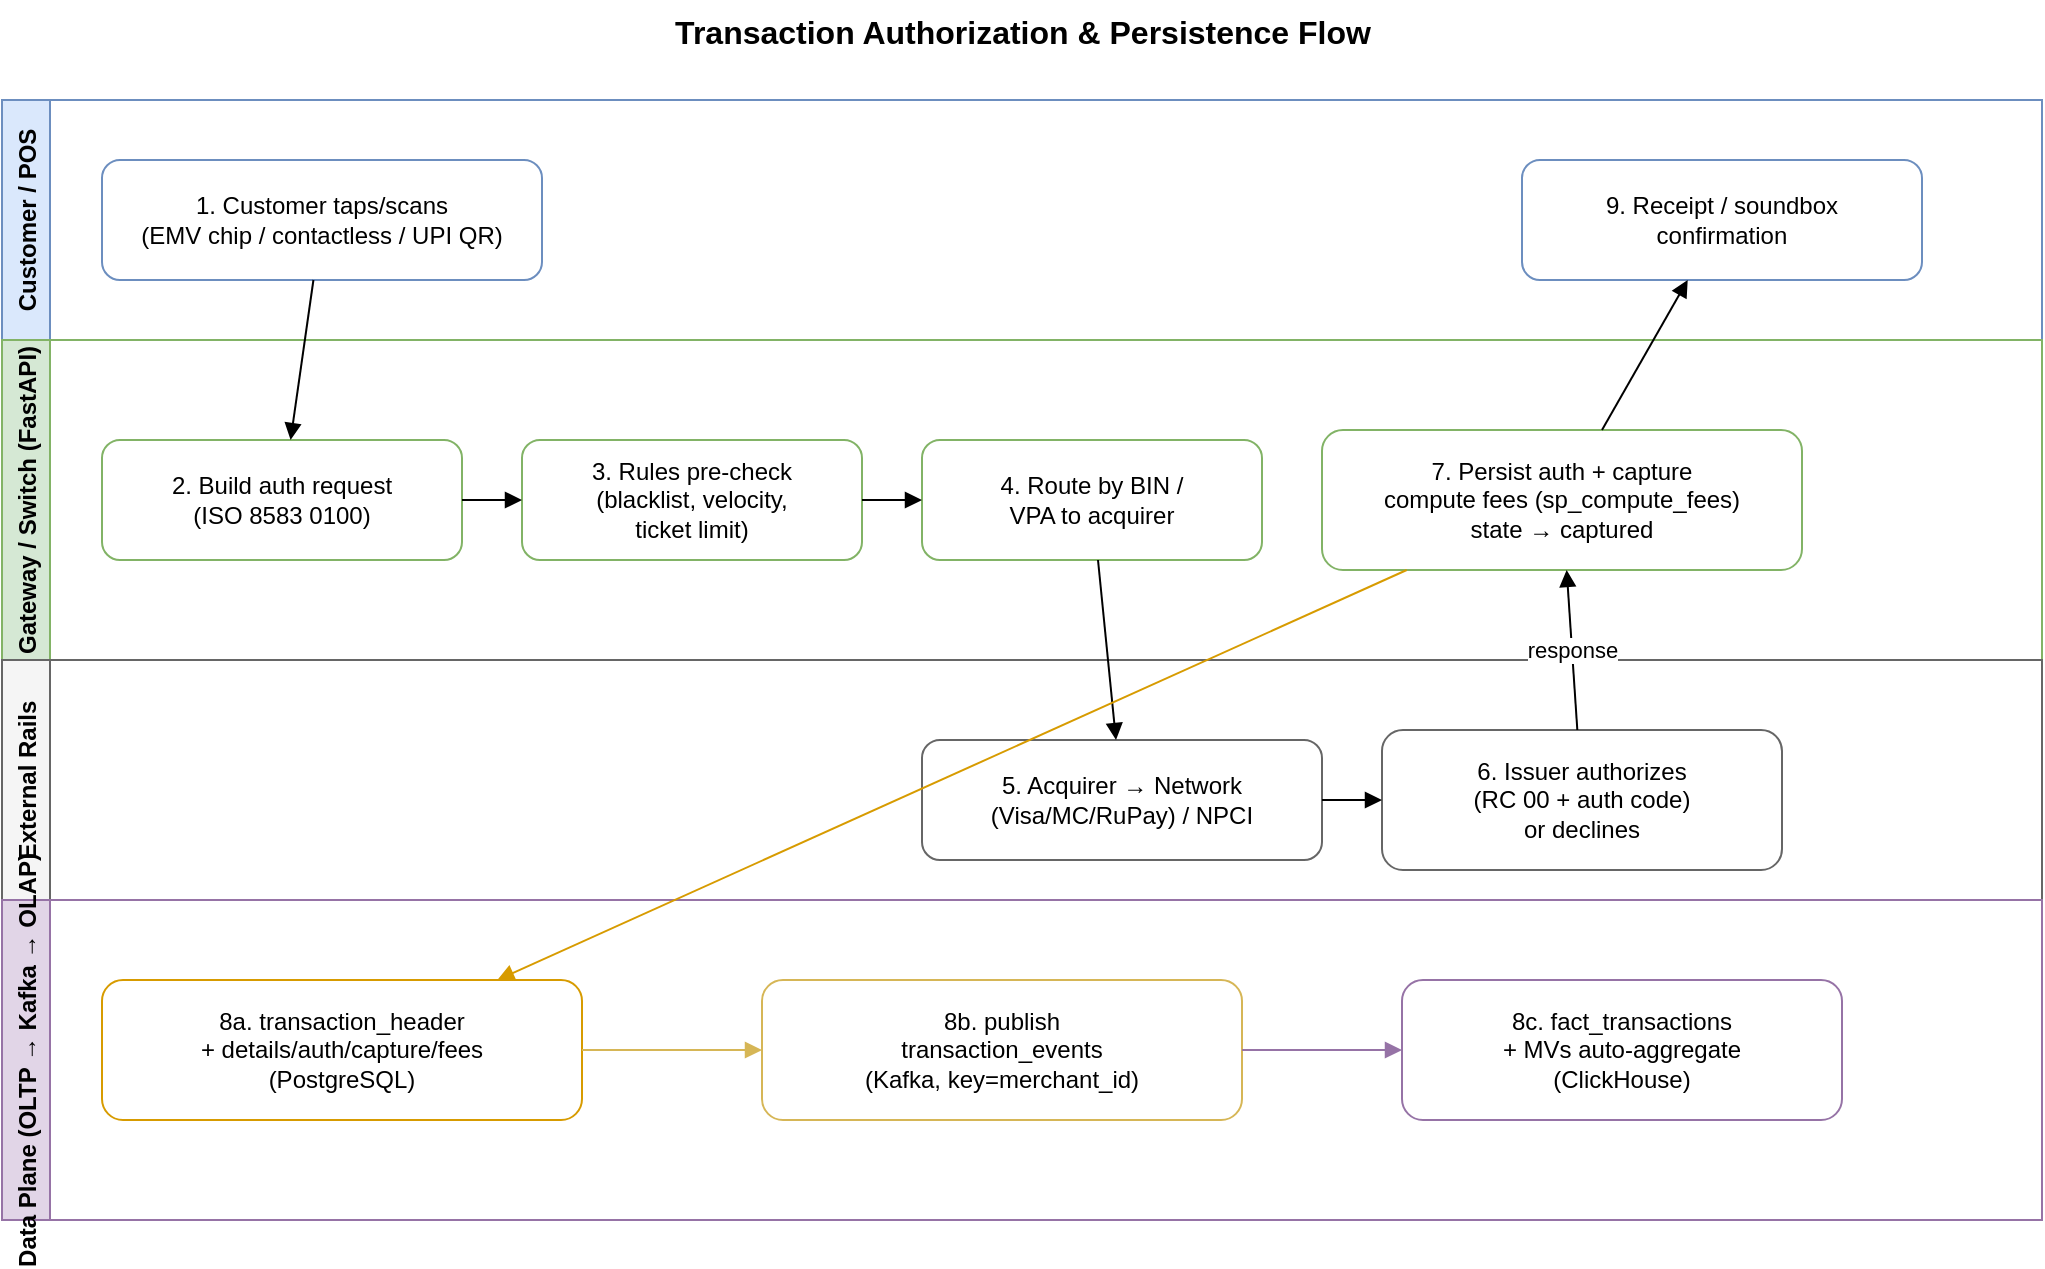
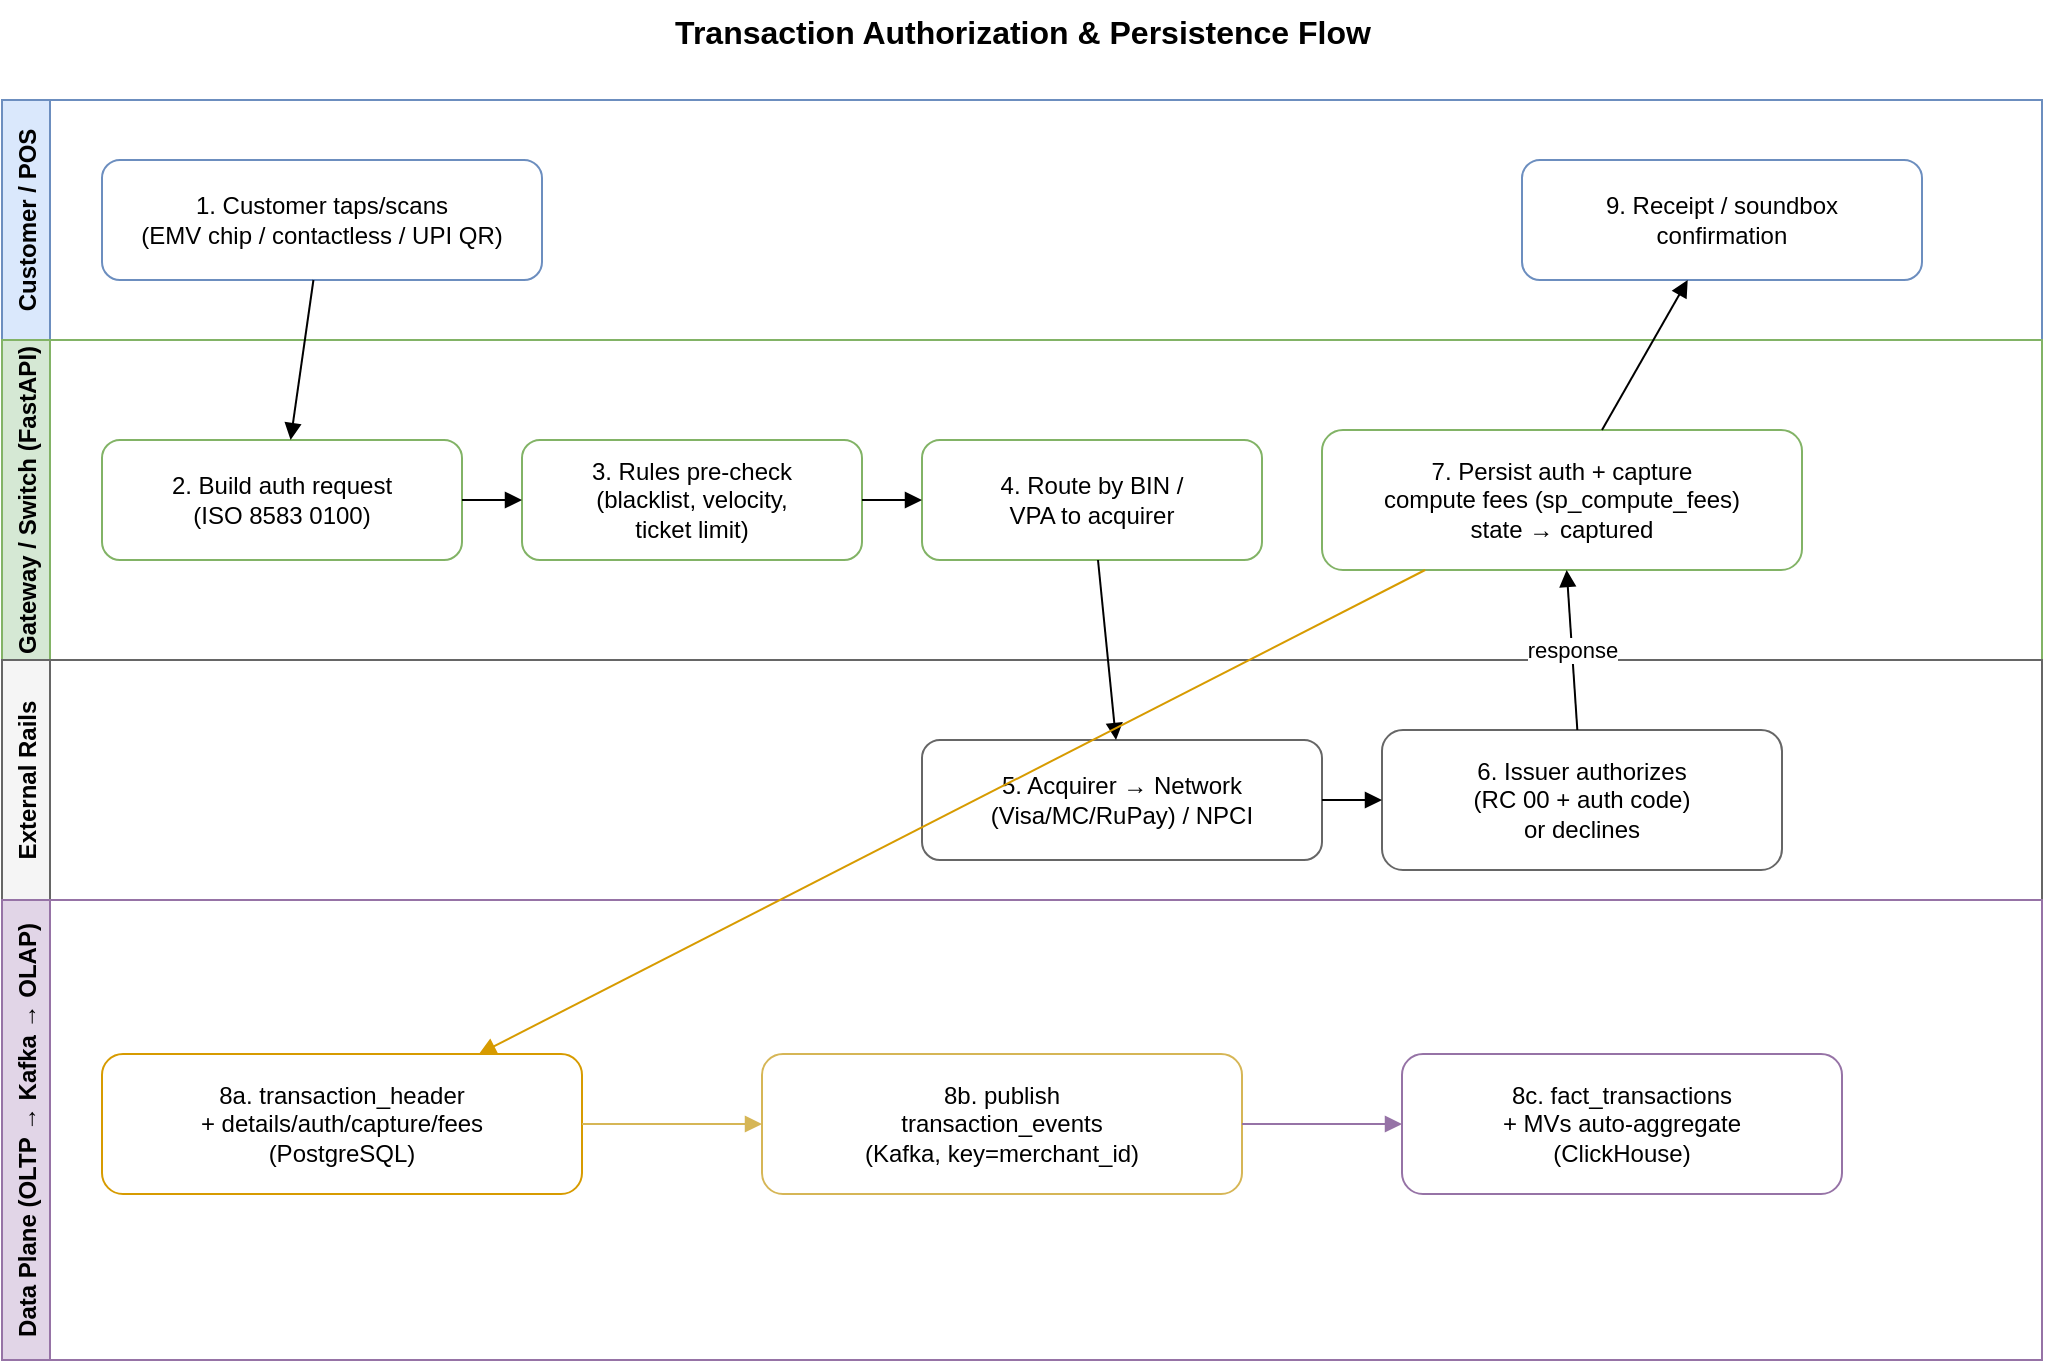
- <mxfile host="app.diagrams.net" agent="payment-platform" version="24.0.0">
-   <diagram name="Payment Flow" id="payment-flow">
-     <mxGraphModel dx="1100" dy="820" grid="1" gridSize="10" guides="1" tooltips="1" connect="1" arrows="1" fold="1" page="1" pageScale="1" pageWidth="1100" pageHeight="900" math="0" shadow="0">
-       <root>
-         <mxCell id="0" />
-         <mxCell id="1" parent="0" />
- 
-         <mxCell id="title" value="Transaction Authorization &amp; Persistence Flow" style="text;html=1;fontSize=16;fontStyle=1;align=center;" vertex="1" parent="1">
-           <mxGeometry x="300" y="20" width="500" height="30" as="geometry" />
-         </mxCell>
- 
-         <!-- swimlanes -->
-         <mxCell id="lane1" value="Customer / POS" style="swimlane;horizontal=0;fillColor=#dae8fc;strokeColor=#6c8ebf;startSize=24;" vertex="1" parent="1">
-           <mxGeometry x="40" y="70" width="1020" height="120" as="geometry" />
-         </mxCell>
-         <mxCell id="lane2" value="Gateway / Switch (FastAPI)" style="swimlane;horizontal=0;fillColor=#d5e8d4;strokeColor=#82b366;startSize=24;" vertex="1" parent="1">
-           <mxGeometry x="40" y="190" width="1020" height="160" as="geometry" />
-         </mxCell>
-         <mxCell id="lane3" value="External Rails" style="swimlane;horizontal=0;fillColor=#f5f5f5;strokeColor=#666666;startSize=24;" vertex="1" parent="1">
-           <mxGeometry x="40" y="350" width="1020" height="120" as="geometry" />
-         </mxCell>
-         <mxCell id="lane4" value="Data Plane (OLTP &#8594; Kafka &#8594; OLAP)" style="swimlane;horizontal=0;fillColor=#e1d5e7;strokeColor=#9673a6;startSize=24;" vertex="1" parent="1">
-           <mxGeometry x="40" y="470" width="1020" height="160" as="geometry" />
-         </mxCell>
- 
-         <!-- lane1 nodes -->
-         <mxCell id="tap" value="1. Customer taps/scans&#10;(EMV chip / contactless / UPI QR)" style="rounded=1;whiteSpace=wrap;html=1;fillColor=#fff;strokeColor=#6c8ebf;" vertex="1" parent="1">
-           <mxGeometry x="90" y="100" width="220" height="60" as="geometry" />
-         </mxCell>
-         <mxCell id="receipt" value="9. Receipt / soundbox&#10;confirmation" style="rounded=1;whiteSpace=wrap;html=1;fillColor=#fff;strokeColor=#6c8ebf;" vertex="1" parent="1">
-           <mxGeometry x="800" y="100" width="200" height="60" as="geometry" />
-         </mxCell>
- 
-         <!-- lane2 nodes -->
-         <mxCell id="req" value="2. Build auth request&#10;(ISO 8583 0100)" style="rounded=1;whiteSpace=wrap;html=1;fillColor=#fff;strokeColor=#82b366;" vertex="1" parent="1">
-           <mxGeometry x="90" y="240" width="180" height="60" as="geometry" />
-         </mxCell>
-         <mxCell id="risk" value="3. Rules pre-check&#10;(blacklist, velocity,&#10;ticket limit)" style="rounded=1;whiteSpace=wrap;html=1;fillColor=#fff;strokeColor=#82b366;" vertex="1" parent="1">
-           <mxGeometry x="300" y="240" width="170" height="60" as="geometry" />
-         </mxCell>
-         <mxCell id="route" value="4. Route by BIN /&#10;VPA to acquirer" style="rounded=1;whiteSpace=wrap;html=1;fillColor=#fff;strokeColor=#82b366;" vertex="1" parent="1">
-           <mxGeometry x="500" y="240" width="170" height="60" as="geometry" />
-         </mxCell>
-         <mxCell id="persist" value="7. Persist auth + capture&#10;compute fees (sp_compute_fees)&#10;state &#8594; captured" style="rounded=1;whiteSpace=wrap;html=1;fillColor=#fff;strokeColor=#82b366;" vertex="1" parent="1">
-           <mxGeometry x="700" y="235" width="240" height="70" as="geometry" />
-         </mxCell>
- 
-         <!-- lane3 nodes -->
-         <mxCell id="acq" value="5. Acquirer &#8594; Network&#10;(Visa/MC/RuPay) / NPCI" style="rounded=1;whiteSpace=wrap;html=1;fillColor=#fff;strokeColor=#666;" vertex="1" parent="1">
-           <mxGeometry x="500" y="390" width="200" height="60" as="geometry" />
-         </mxCell>
-         <mxCell id="iss" value="6. Issuer authorizes&#10;(RC 00 + auth code)&#10;or declines" style="rounded=1;whiteSpace=wrap;html=1;fillColor=#fff;strokeColor=#666;" vertex="1" parent="1">
-           <mxGeometry x="730" y="385" width="200" height="70" as="geometry" />
-         </mxCell>
- 
-         <!-- lane4 nodes -->
-         <mxCell id="pg" value="8a. transaction_header&#10;+ details/auth/capture/fees&#10;(PostgreSQL)" style="rounded=1;whiteSpace=wrap;html=1;fillColor=#fff;strokeColor=#d79b00;" vertex="1" parent="1">
-           <mxGeometry x="90" y="510" width="240" height="70" as="geometry" />
-         </mxCell>
-         <mxCell id="kafka" value="8b. publish&#10;transaction_events&#10;(Kafka, key=merchant_id)" style="rounded=1;whiteSpace=wrap;html=1;fillColor=#fff;strokeColor=#d6b656;" vertex="1" parent="1">
-           <mxGeometry x="420" y="510" width="240" height="70" as="geometry" />
-         </mxCell>
-         <mxCell id="ch" value="8c. fact_transactions&#10;+ MVs auto-aggregate&#10;(ClickHouse)" style="rounded=1;whiteSpace=wrap;html=1;fillColor=#fff;strokeColor=#9673a6;" vertex="1" parent="1">
-           <mxGeometry x="740" y="510" width="220" height="70" as="geometry" />
-         </mxCell>
- 
-         <!-- edges -->
-         <mxCell id="p1" style="endArrow=block;html=1;" edge="1" parent="1" source="tap" target="req"><mxGeometry relative="1" as="geometry" /></mxCell>
-         <mxCell id="p2" style="endArrow=block;html=1;" edge="1" parent="1" source="req" target="risk"><mxGeometry relative="1" as="geometry" /></mxCell>
-         <mxCell id="p3" style="endArrow=block;html=1;" edge="1" parent="1" source="risk" target="route"><mxGeometry relative="1" as="geometry" /></mxCell>
-         <mxCell id="p4" style="endArrow=block;html=1;" edge="1" parent="1" source="route" target="acq"><mxGeometry relative="1" as="geometry" /></mxCell>
-         <mxCell id="p5" style="endArrow=block;html=1;" edge="1" parent="1" source="acq" target="iss"><mxGeometry relative="1" as="geometry" /></mxCell>
-         <mxCell id="p6" value="response" style="endArrow=block;html=1;" edge="1" parent="1" source="iss" target="persist"><mxGeometry relative="1" as="geometry" /></mxCell>
-         <mxCell id="p7" style="endArrow=block;html=1;" edge="1" parent="1" source="persist" target="receipt"><mxGeometry relative="1" as="geometry" /></mxCell>
-         <mxCell id="p8" style="endArrow=block;html=1;strokeColor=#d79b00;" edge="1" parent="1" source="persist" target="pg"><mxGeometry relative="1" as="geometry" /></mxCell>
-         <mxCell id="p9" style="endArrow=block;html=1;strokeColor=#d6b656;" edge="1" parent="1" source="pg" target="kafka"><mxGeometry relative="1" as="geometry" /></mxCell>
-         <mxCell id="p10" style="endArrow=block;html=1;strokeColor=#9673a6;" edge="1" parent="1" source="kafka" target="ch"><mxGeometry relative="1" as="geometry" /></mxCell>
-       </root>
-     </mxGraphModel>
-   </diagram>
- </mxfile>
+ <mxfile host="65bd71144e">
+     <diagram name="Payment Flow" id="payment-flow">
+         <mxGraphModel dx="1206" dy="877" grid="1" gridSize="10" guides="1" tooltips="1" connect="1" arrows="1" fold="1" page="1" pageScale="1" pageWidth="1100" pageHeight="900" math="0" shadow="0">
+             <root>
+                 <mxCell id="0"/>
+                 <mxCell id="1" parent="0"/>
+                 <mxCell id="title" value="Transaction Authorization &amp; Persistence Flow" style="text;html=1;fontSize=16;fontStyle=1;align=center;" parent="1" vertex="1">
+                     <mxGeometry x="300" y="20" width="500" height="30" as="geometry"/>
+                 </mxCell>
+                 <mxCell id="lane1" value="Customer / POS" style="swimlane;horizontal=0;fillColor=#dae8fc;strokeColor=#6c8ebf;startSize=24;" parent="1" vertex="1">
+                     <mxGeometry x="40" y="70" width="1020" height="120" as="geometry"/>
+                 </mxCell>
+                 <mxCell id="lane2" value="Gateway / Switch (FastAPI)" style="swimlane;horizontal=0;fillColor=#d5e8d4;strokeColor=#82b366;startSize=24;" parent="1" vertex="1">
+                     <mxGeometry x="40" y="190" width="1020" height="160" as="geometry"/>
+                 </mxCell>
+                 <mxCell id="lane3" value="External Rails" style="swimlane;horizontal=0;fillColor=#f5f5f5;strokeColor=#666666;startSize=24;" parent="1" vertex="1">
+                     <mxGeometry x="40" y="350" width="1020" height="120" as="geometry"/>
+                 </mxCell>
+                 <mxCell id="lane4" value="Data Plane (OLTP → Kafka → OLAP)" style="swimlane;horizontal=0;fillColor=#e1d5e7;strokeColor=#9673a6;startSize=24;" parent="1" vertex="1">
+                     <mxGeometry x="40" y="470" width="1020" height="230" as="geometry"/>
+                 </mxCell>
+                 <mxCell id="tap" value="1. Customer taps/scans&#xa;(EMV chip / contactless / UPI QR)" style="rounded=1;whiteSpace=wrap;html=1;fillColor=#fff;strokeColor=#6c8ebf;" parent="1" vertex="1">
+                     <mxGeometry x="90" y="100" width="220" height="60" as="geometry"/>
+                 </mxCell>
+                 <mxCell id="receipt" value="9. Receipt / soundbox&#xa;confirmation" style="rounded=1;whiteSpace=wrap;html=1;fillColor=#fff;strokeColor=#6c8ebf;" parent="1" vertex="1">
+                     <mxGeometry x="800" y="100" width="200" height="60" as="geometry"/>
+                 </mxCell>
+                 <mxCell id="req" value="2. Build auth request&#xa;(ISO 8583 0100)" style="rounded=1;whiteSpace=wrap;html=1;fillColor=#fff;strokeColor=#82b366;" parent="1" vertex="1">
+                     <mxGeometry x="90" y="240" width="180" height="60" as="geometry"/>
+                 </mxCell>
+                 <mxCell id="risk" value="3. Rules pre-check&#xa;(blacklist, velocity,&#xa;ticket limit)" style="rounded=1;whiteSpace=wrap;html=1;fillColor=#fff;strokeColor=#82b366;" parent="1" vertex="1">
+                     <mxGeometry x="300" y="240" width="170" height="60" as="geometry"/>
+                 </mxCell>
+                 <mxCell id="route" value="4. Route by BIN /&#xa;VPA to acquirer" style="rounded=1;whiteSpace=wrap;html=1;fillColor=#fff;strokeColor=#82b366;" parent="1" vertex="1">
+                     <mxGeometry x="500" y="240" width="170" height="60" as="geometry"/>
+                 </mxCell>
+                 <mxCell id="persist" value="7. Persist auth + capture&#xa;compute fees (sp_compute_fees)&#xa;state → captured" style="rounded=1;whiteSpace=wrap;html=1;fillColor=#fff;strokeColor=#82b366;" parent="1" vertex="1">
+                     <mxGeometry x="700" y="235" width="240" height="70" as="geometry"/>
+                 </mxCell>
+                 <mxCell id="acq" value="5. Acquirer → Network&#xa;(Visa/MC/RuPay) / NPCI" style="rounded=1;whiteSpace=wrap;html=1;fillColor=#fff;strokeColor=#666;" parent="1" vertex="1">
+                     <mxGeometry x="500" y="390" width="200" height="60" as="geometry"/>
+                 </mxCell>
+                 <mxCell id="iss" value="6. Issuer authorizes&#xa;(RC 00 + auth code)&#xa;or declines" style="rounded=1;whiteSpace=wrap;html=1;fillColor=#fff;strokeColor=#666;" parent="1" vertex="1">
+                     <mxGeometry x="730" y="385" width="200" height="70" as="geometry"/>
+                 </mxCell>
+                 <mxCell id="pg" value="8a. transaction_header&#xa;+ details/auth/capture/fees&#xa;(PostgreSQL)" style="rounded=1;whiteSpace=wrap;html=1;fillColor=#fff;strokeColor=#d79b00;" parent="1" vertex="1">
+                     <mxGeometry x="90" y="547" width="240" height="70" as="geometry"/>
+                 </mxCell>
+                 <mxCell id="kafka" value="8b. publish&#xa;transaction_events&#xa;(Kafka, key=merchant_id)" style="rounded=1;whiteSpace=wrap;html=1;fillColor=#fff;strokeColor=#d6b656;" parent="1" vertex="1">
+                     <mxGeometry x="420" y="547" width="240" height="70" as="geometry"/>
+                 </mxCell>
+                 <mxCell id="ch" value="8c. fact_transactions&#xa;+ MVs auto-aggregate&#xa;(ClickHouse)" style="rounded=1;whiteSpace=wrap;html=1;fillColor=#fff;strokeColor=#9673a6;" parent="1" vertex="1">
+                     <mxGeometry x="740" y="547" width="220" height="70" as="geometry"/>
+                 </mxCell>
+                 <mxCell id="p1" style="endArrow=block;html=1;" parent="1" source="tap" target="req" edge="1">
+                     <mxGeometry relative="1" as="geometry"/>
+                 </mxCell>
+                 <mxCell id="p2" style="endArrow=block;html=1;" parent="1" source="req" target="risk" edge="1">
+                     <mxGeometry relative="1" as="geometry"/>
+                 </mxCell>
+                 <mxCell id="p3" style="endArrow=block;html=1;" parent="1" source="risk" target="route" edge="1">
+                     <mxGeometry relative="1" as="geometry"/>
+                 </mxCell>
+                 <mxCell id="p4" style="endArrow=block;html=1;" parent="1" source="route" target="acq" edge="1">
+                     <mxGeometry relative="1" as="geometry"/>
+                 </mxCell>
+                 <mxCell id="p5" style="endArrow=block;html=1;" parent="1" source="acq" target="iss" edge="1">
+                     <mxGeometry relative="1" as="geometry"/>
+                 </mxCell>
+                 <mxCell id="p6" value="response" style="endArrow=block;html=1;" parent="1" source="iss" target="persist" edge="1">
+                     <mxGeometry relative="1" as="geometry"/>
+                 </mxCell>
+                 <mxCell id="p7" style="endArrow=block;html=1;" parent="1" source="persist" target="receipt" edge="1">
+                     <mxGeometry relative="1" as="geometry"/>
+                 </mxCell>
+                 <mxCell id="p8" style="endArrow=block;html=1;strokeColor=#d79b00;" parent="1" source="persist" target="pg" edge="1">
+                     <mxGeometry relative="1" as="geometry"/>
+                 </mxCell>
+                 <mxCell id="p9" style="endArrow=block;html=1;strokeColor=#d6b656;" parent="1" source="pg" target="kafka" edge="1">
+                     <mxGeometry relative="1" as="geometry"/>
+                 </mxCell>
+                 <mxCell id="p10" style="endArrow=block;html=1;strokeColor=#9673a6;" parent="1" source="kafka" target="ch" edge="1">
+                     <mxGeometry relative="1" as="geometry"/>
+                 </mxCell>
+             </root>
+         </mxGraphModel>
+     </diagram>
+ </mxfile>